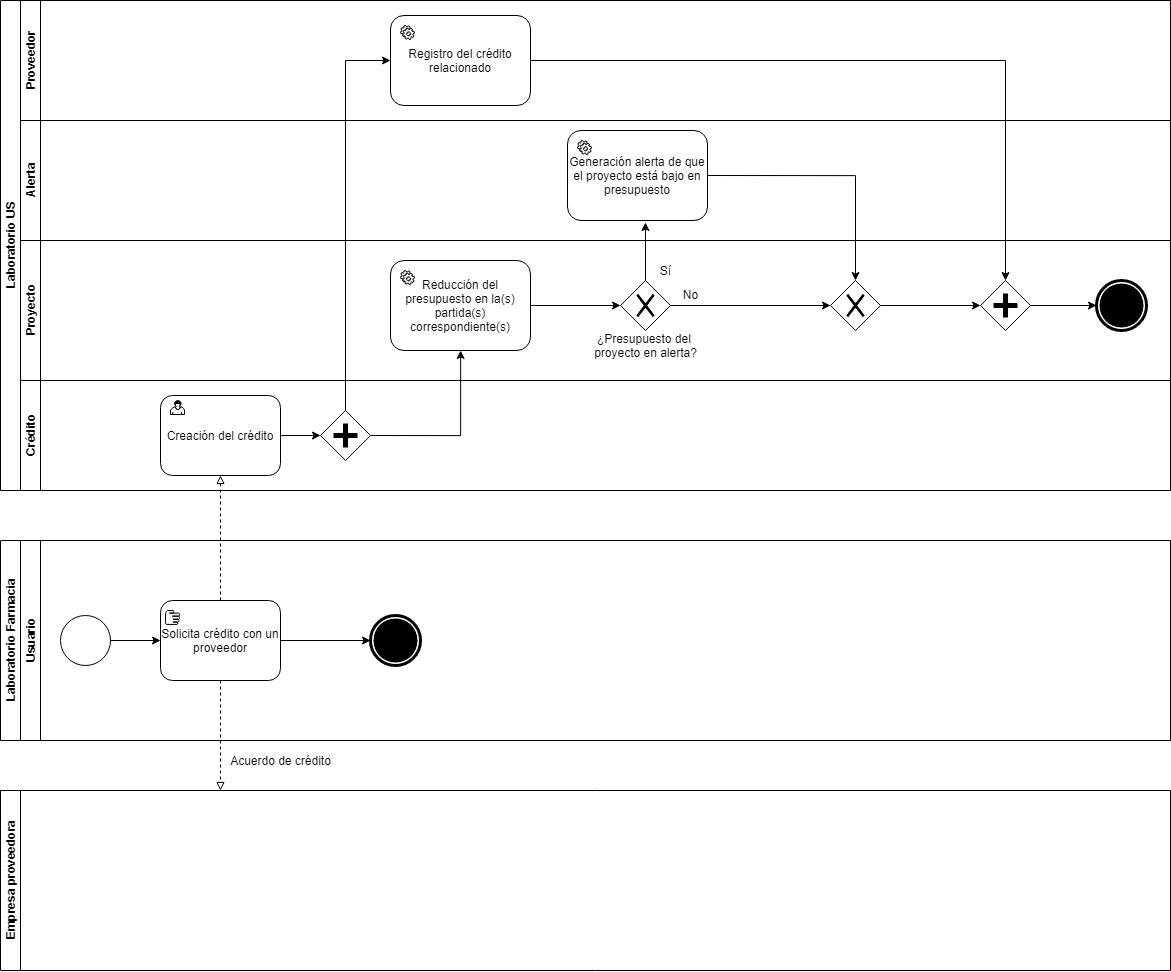
The draw.io diagram Imágenes BPMN/CreditosBPMN-Implantar.png in Franbr31/IR-project, before a commit. Source tidied: cells renumbered, new cells last; positions are measured from the earlier drawing's top-left corner, leaving out a move shared by most shapes.
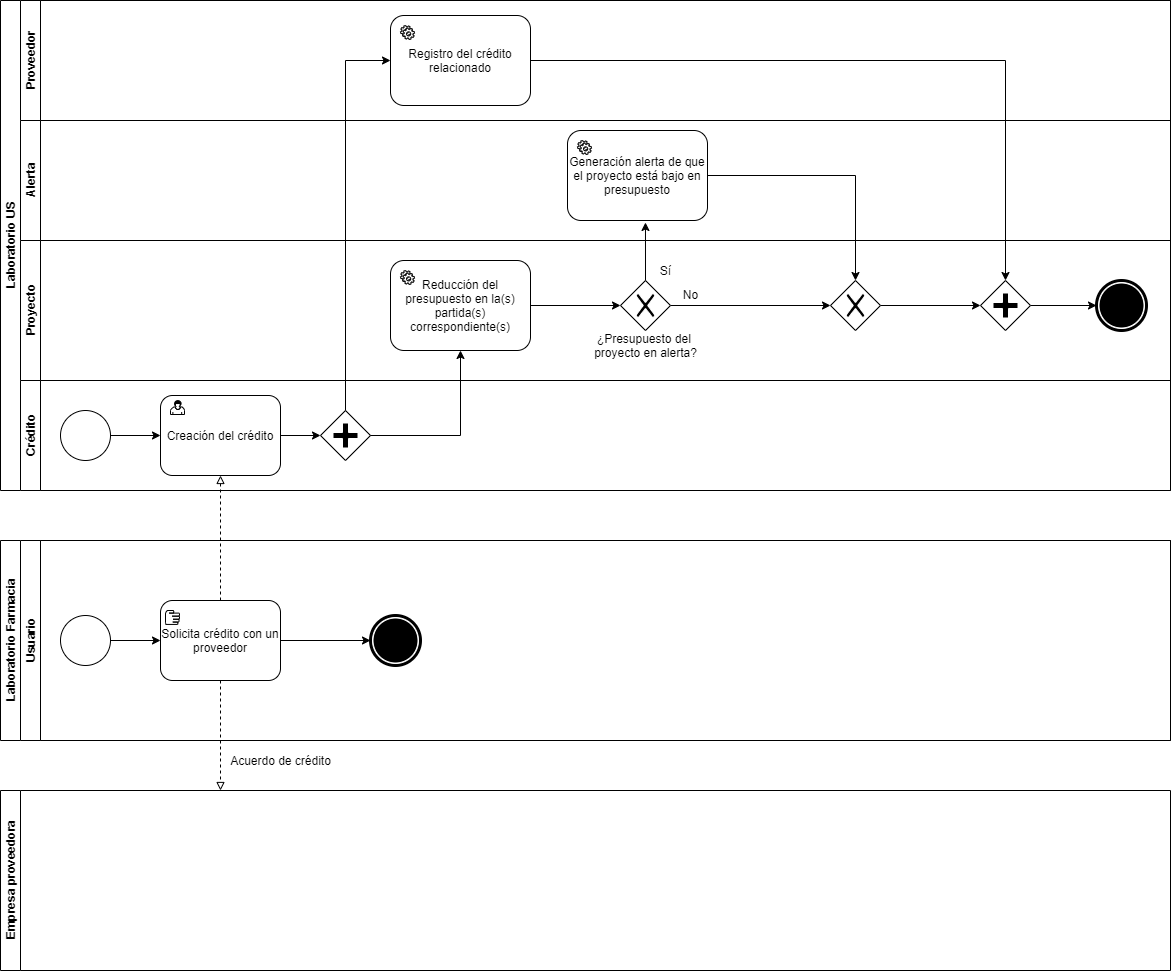
The same file after the commit.

Diff of the diagram source:
```diff
@@ -80,6 +80,12 @@
     <mxCell id="27" style="shape=mxgraph.bpmn.shape;html=1;verticalLabelPosition=bottom;labelBackgroundColor=#ffffff;verticalAlign=top;align=center;perimeter=rhombusPerimeter;background=gateway;outlineConnect=0;outline=none;symbol=parallelGw;" parent="23" vertex="1">
       <mxGeometry x="300" y="30" width="50" height="50" as="geometry" />
     </mxCell>
+    <mxCell id="45" style="edgeStyle=orthogonalEdgeStyle;rounded=0;jettySize=auto;html=1;entryX=0;entryY=0.5;entryDx=0;entryDy=0;" parent="23" edge="1" source="46" target="25">
+      <mxGeometry relative="1" as="geometry" />
+    </mxCell>
+    <mxCell id="46" style="shape=mxgraph.bpmn.shape;html=1;verticalLabelPosition=bottom;labelBackgroundColor=#ffffff;verticalAlign=top;align=center;perimeter=ellipsePerimeter;outlineConnect=0;outline=standard;symbol=general;" parent="23" vertex="1">
+      <mxGeometry x="40" y="30" width="50" height="50" as="geometry" />
+    </mxCell>
     <mxCell id="28" style="edgeStyle=orthogonalEdgeStyle;rounded=0;jettySize=auto;html=1;exitX=0.5;exitY=0;exitDx=0;exitDy=0;entryX=0;entryY=0.5;entryDx=0;entryDy=0;endArrow=classic;endFill=1;" parent="2" edge="1" source="27" target="4">
       <mxGeometry relative="1" as="geometry" />
     </mxCell>
```
